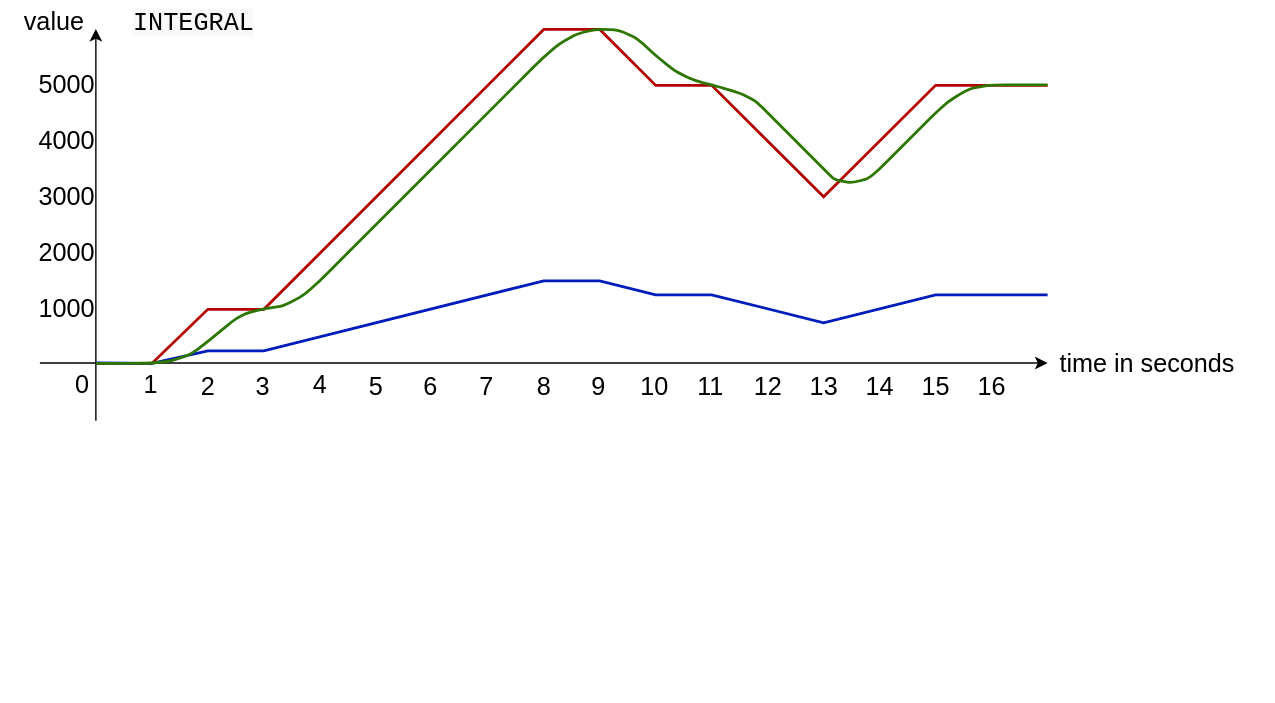
The draw.io diagram Documentation/Design/Control_INTEGRAL.svg in JirkaDellOro/FUDGE, before a commit. Source tidied: cells renumbered, new cells last; positions are measured from the earlier drawing's top-left corner, leaving out a move shared by most shapes.
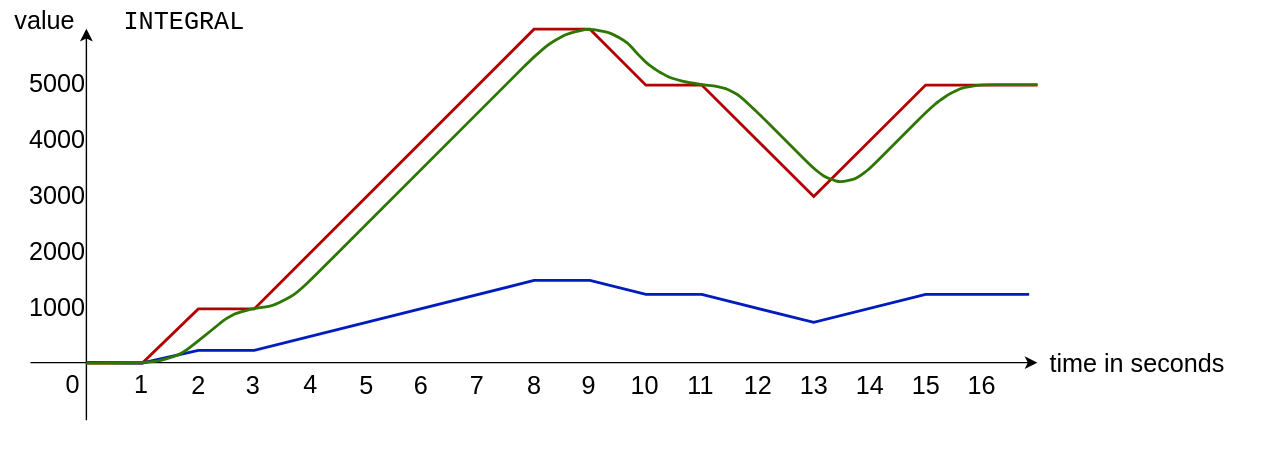
After the commit.

Change to the diagram source:
```diff
@@ -3,7 +3,7 @@
     <mxCell id="0" />
     <mxCell id="1" parent="0" />
     <mxCell id="2" style="rounded=0;whiteSpace=wrap;html=1;strokeColor=none;" parent="1" vertex="1">
-      <mxGeometry y="180" width="910" height="320" as="geometry" />
+      <mxGeometry x="7" width="910" height="320" as="geometry" />
     </mxCell>
     <mxCell id="3" style="endArrow=classic;html=1;rounded=1;" parent="1" edge="1">
       <mxGeometry relative="1" as="geometry">
@@ -58,7 +58,7 @@
     <mxCell id="17" value="10" style="text;html=1;align=center;verticalAlign=middle;fontSize=18;" parent="1" vertex="1">
       <mxGeometry x="447" y="261" width="40" height="30" as="geometry" />
     </mxCell>
-    <mxCell id="18" value="&lt;div style=&quot;font-family: &amp;quot;consolas&amp;quot; , &amp;quot;courier new&amp;quot; , monospace ; font-weight: normal ; font-size: 18px ; line-height: 19px&quot;&gt;&lt;div style=&quot;font-size: 18px&quot;&gt;&lt;span style=&quot;text-align: center; background-color: rgb(248, 249, 250);&quot;&gt;INTEGRAL&lt;/span&gt;&lt;br&gt;&lt;/div&gt;&lt;/div&gt;" style="text;whiteSpace=wrap;html=1;labelBackgroundColor=#ffffff;fontSize=18;" parent="1" vertex="1">
+    <mxCell id="18" value="&lt;div style=&quot;font-family: &amp;#34;consolas&amp;#34; , &amp;#34;courier new&amp;#34; , monospace ; font-weight: normal ; font-size: 18px ; line-height: 19px&quot;&gt;&lt;div style=&quot;font-size: 18px&quot;&gt;&lt;span style=&quot;text-align: center&quot;&gt;INTEGRAL&lt;/span&gt;&lt;br&gt;&lt;/div&gt;&lt;/div&gt;" style="text;whiteSpace=wrap;html=1;labelBackgroundColor=#ffffff;fontSize=18;" parent="1" vertex="1">
       <mxGeometry x="93" width="120" height="30" as="geometry" />
     </mxCell>
     <mxCell id="19" value="11" style="text;html=1;align=center;verticalAlign=middle;fontSize=18;" parent="1" vertex="1">
@@ -113,7 +113,7 @@
     </mxCell>
     <mxCell id="31" style="endArrow=none;html=1;fontSize=18;fontColor=#FF0000;fillColor=#0050ef;rounded=0;endSize=6;shadow=0;strokeWidth=2;strokeColor=#001DBC;exitX=0.834;exitY=-0.047;exitDx=0;exitDy=0;exitPerimeter=0;" parent="1" edge="1" source="6">
       <mxGeometry relative="1" as="geometry">
-        <mxPoint x="748" y="210" as="targetPoint" />
+        <mxPoint x="742" y="210" as="targetPoint" />
         <Array as="points">
           <mxPoint x="108" y="259" />
           <mxPoint x="148" y="250" />
@@ -146,24 +146,26 @@
           <mxPoint x="400" y="30" />
           <mxPoint x="413" y="23" />
           <mxPoint x="428" y="20" />
-          <mxPoint x="442" y="21" />
-          <mxPoint x="455" y="27" />
-          <mxPoint x="469" y="40" />
-          <mxPoint x="483" y="51" />
-          <mxPoint x="496" y="57" />
+          <mxPoint x="443" y="23" />
+          <mxPoint x="455" y="30" />
+          <mxPoint x="462" y="38" />
+          <mxPoint x="469" y="45" />
+          <mxPoint x="476" y="50" />
+          <mxPoint x="485" y="55" />
+          <mxPoint x="496" y="58" />
           <mxPoint x="508" y="60" />
-          <mxPoint x="519" y="63" />
-          <mxPoint x="531" y="67" />
-          <mxPoint x="540" y="72" />
+          <mxPoint x="517" y="61" />
+          <mxPoint x="526" y="63" />
+          <mxPoint x="535" y="68" />
           <mxPoint x="548" y="80" />
           <mxPoint x="588" y="120" />
-          <mxPoint x="596" y="128" />
-          <mxPoint x="608" y="130" />
-          <mxPoint x="620" y="127" />
+          <mxPoint x="596" y="126" />
+          <mxPoint x="607" y="130" />
+          <mxPoint x="619" y="127" />
           <mxPoint x="628" y="120" />
           <mxPoint x="668" y="80" />
           <mxPoint x="677" y="72" />
-          <mxPoint x="688" y="65" />
+          <mxPoint x="686" y="66" />
           <mxPoint x="695" y="62" />
           <mxPoint x="708" y="60" />
         </Array>
```
